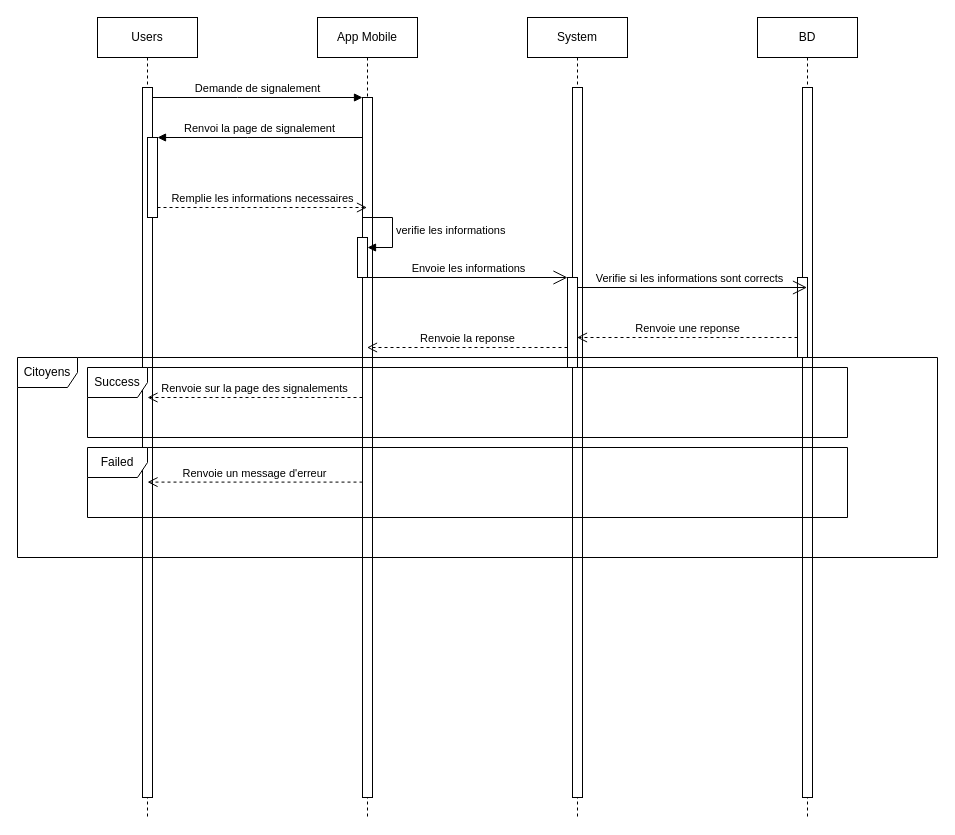
Before: diagrams/SmartCIte_Diagramme_Sequence_Create_Signalement.drawio in VYoungui/SmartCite, a draw.io diagram. Source tidied: cells renumbered, new cells numbered last; positions are measured from the earlier drawing's top-left corner, leaving out a move shared by most shapes. Both pictures are drawn from the tidied source at 100%, with x=0, y=0 at pixel (17, 17).
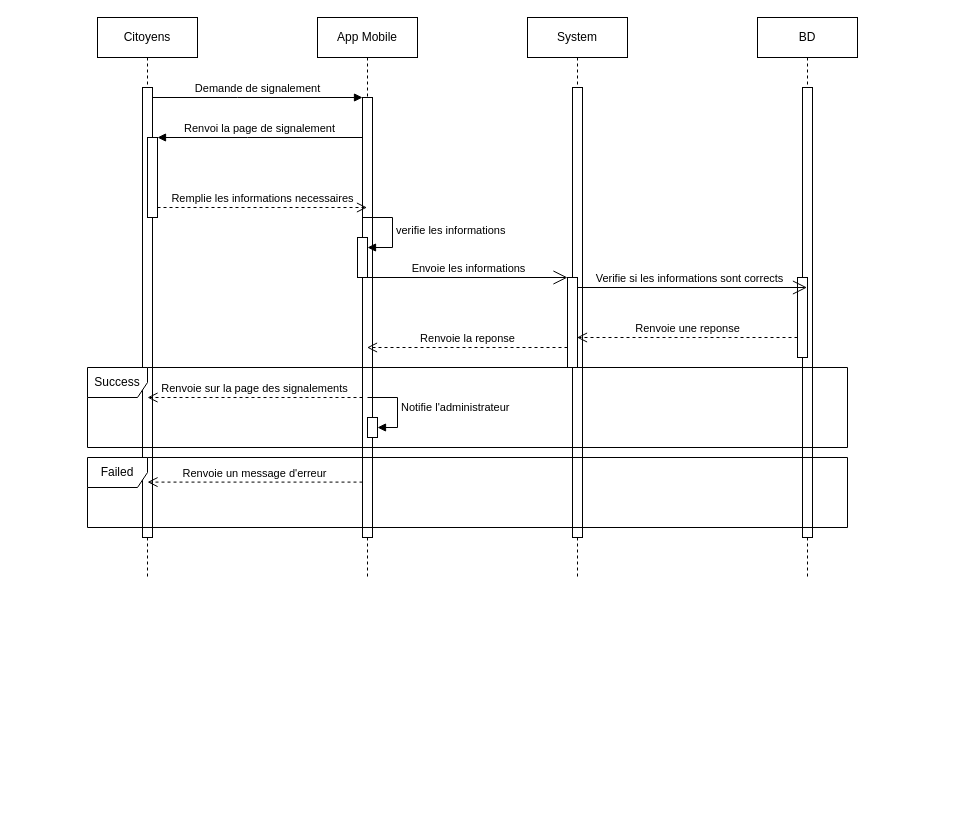
The same diagram, later.

Commit message:
Mettre à jour SmartCIte_Diagramme_Sequence_Create_Signalement.drawio

What changed in the source:
```diff
@@
-    <mxCell id="2" value="Users" style="shape=umlLifeline;perimeter=lifelinePerimeter;whiteSpace=wrap;html=1;newEdgeStyle={&quot;edgeStyle&quot;:&quot;elbowEdgeStyle&quot;,&quot;elbow&quot;:&quot;vertical&quot;,&quot;curved&quot;:0,&quot;rounded&quot;:0};" parent="1" vertex="1">
-      <mxGeometry x="80" width="100" height="800" as="geometry" />
+    <mxCell id="2" value="Citoyens" style="shape=umlLifeline;perimeter=lifelinePerimeter;whiteSpace=wrap;html=1;newEdgeStyle={&quot;edgeStyle&quot;:&quot;elbowEdgeStyle&quot;,&quot;elbow&quot;:&quot;vertical&quot;,&quot;curved&quot;:0,&quot;rounded&quot;:0};" parent="1" vertex="1">
+      <mxGeometry x="80" width="100" height="560" as="geometry" />
     </mxCell>
     <mxCell id="3" style="html=1;points=[];perimeter=orthogonalPerimeter;outlineConnect=0;targetShapes=umlLifeline;portConstraint=eastwest;newEdgeStyle={&quot;edgeStyle&quot;:&quot;elbowEdgeStyle&quot;,&quot;elbow&quot;:&quot;vertical&quot;,&quot;curved&quot;:0,&quot;rounded&quot;:0};" parent="2" vertex="1">
-      <mxGeometry x="45" y="70" width="10" height="710" as="geometry" />
+      <mxGeometry x="45" y="70" width="10" height="450" as="geometry" />
     </mxCell>
@@
     <mxCell id="5" value="App Mobile" style="shape=umlLifeline;perimeter=lifelinePerimeter;whiteSpace=wrap;html=1;outlineConnect=0;portConstraint=eastwest;newEdgeStyle={&quot;edgeStyle&quot;:&quot;elbowEdgeStyle&quot;,&quot;elbow&quot;:&quot;vertical&quot;,&quot;curved&quot;:0,&quot;rounded&quot;:0};" parent="1" vertex="1">
-      <mxGeometry x="300" width="100" height="800" as="geometry" />
+      <mxGeometry x="300" width="100" height="560" as="geometry" />
     </mxCell>
     <mxCell id="6" style="html=1;points=[];perimeter=orthogonalPerimeter;outlineConnect=0;targetShapes=umlLifeline;portConstraint=eastwest;newEdgeStyle={&quot;edgeStyle&quot;:&quot;elbowEdgeStyle&quot;,&quot;elbow&quot;:&quot;vertical&quot;,&quot;curved&quot;:0,&quot;rounded&quot;:0};" parent="5" vertex="1">
-      <mxGeometry x="45" y="80" width="10" height="700" as="geometry" />
+      <mxGeometry x="45" y="80" width="10" height="440" as="geometry" />
     </mxCell>
@@
+    <mxCell id="29" style="html=1;points=[[0,0,0,0,5],[0,1,0,0,-5],[1,0,0,0,5],[1,1,0,0,-5]];perimeter=orthogonalPerimeter;outlineConnect=0;targetShapes=umlLifeline;portConstraint=eastwest;newEdgeStyle={&quot;curved&quot;:0,&quot;rounded&quot;:0};" parent="5" vertex="1">
+      <mxGeometry x="50" y="400" width="10" height="20" as="geometry" />
+    </mxCell>
+    <mxCell id="30" value="Notifie l'administrateur" style="html=1;align=left;spacingLeft=2;endArrow=block;rounded=0;edgeStyle=orthogonalEdgeStyle;curved=0;rounded=0;" parent="5" edge="1" target="29">
+      <mxGeometry relative="1" as="geometry">
+        <mxPoint x="50" y="380" as="sourcePoint" />
+        <Array as="points">
+          <mxPoint x="80" y="410" />
+        </Array>
+      </mxGeometry>
+    </mxCell>
@@
     <mxCell id="11" value="System" style="shape=umlLifeline;perimeter=lifelinePerimeter;whiteSpace=wrap;html=1;outlineConnect=0;portConstraint=eastwest;newEdgeStyle={&quot;edgeStyle&quot;:&quot;elbowEdgeStyle&quot;,&quot;elbow&quot;:&quot;vertical&quot;,&quot;curved&quot;:0,&quot;rounded&quot;:0};" parent="1" vertex="1">
-      <mxGeometry x="510" width="100" height="800" as="geometry" />
+      <mxGeometry x="510" width="100" height="560" as="geometry" />
     </mxCell>
     <mxCell id="12" style="html=1;perimeter=orthogonalPerimeter;targetShapes=umlLifeline;newEdgeStyle={&quot;edgeStyle&quot;:&quot;elbowEdgeStyle&quot;,&quot;elbow&quot;:&quot;vertical&quot;,&quot;curved&quot;:0,&quot;rounded&quot;:0};" parent="11" vertex="1">
-      <mxGeometry x="45" y="70" width="10" height="710" as="geometry" />
+      <mxGeometry x="45" y="70" width="10" height="450" as="geometry" />
     </mxCell>
@@
     <mxCell id="14" value="BD" style="shape=umlLifeline;perimeter=lifelinePerimeter;whiteSpace=wrap;html=1;outlineConnect=0;portConstraint=eastwest;newEdgeStyle={&quot;edgeStyle&quot;:&quot;elbowEdgeStyle&quot;,&quot;elbow&quot;:&quot;vertical&quot;,&quot;curved&quot;:0,&quot;rounded&quot;:0};" parent="1" vertex="1">
-      <mxGeometry x="740" width="100" height="800" as="geometry" />
+      <mxGeometry x="740" width="100" height="560" as="geometry" />
     </mxCell>
     <mxCell id="15" style="html=1;perimeter=orthogonalPerimeter;targetShapes=umlLifeline;newEdgeStyle={&quot;edgeStyle&quot;:&quot;elbowEdgeStyle&quot;,&quot;elbow&quot;:&quot;vertical&quot;,&quot;curved&quot;:0,&quot;rounded&quot;:0};" parent="14" vertex="1">
-      <mxGeometry x="45" y="70" width="10" height="710" as="geometry" />
+      <mxGeometry x="45" y="70" width="10" height="450" as="geometry" />
     </mxCell>
@@
     <mxCell id="17" value="Failed" style="shape=umlFrame;whiteSpace=wrap;html=1;" parent="1" vertex="1">
-      <mxGeometry x="70" y="430" width="760" height="70" as="geometry" />
+      <mxGeometry x="70" y="440" width="760" height="70" as="geometry" />
     </mxCell>
@@
     <mxCell id="26" value="Success" style="shape=umlFrame;whiteSpace=wrap;html=1;" parent="1" vertex="1">
-      <mxGeometry x="70" y="350" width="760" height="70" as="geometry" />
+      <mxGeometry x="70" y="350" width="760" height="80" as="geometry" />
     </mxCell>
@@
-    <mxCell id="28" value="Citoyens" style="shape=umlFrame;whiteSpace=wrap;html=1;" parent="1" vertex="1">
-      <mxGeometry y="340" width="920" height="200" as="geometry" />
-    </mxCell>
```
